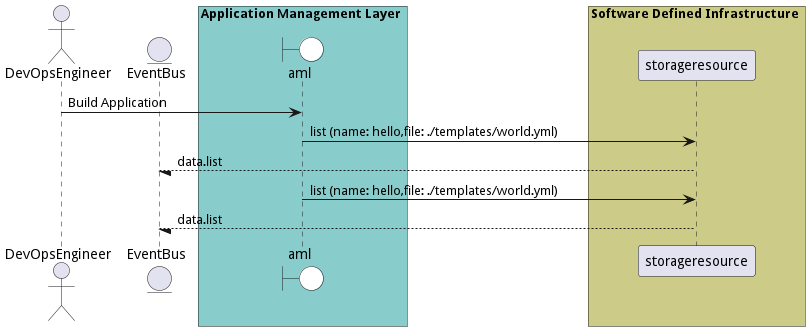
The PlantUML diagram docs/edgemere/aml/usecases/manageapplications/BuildApplication.png in madajaju/edgemere, before a commit.
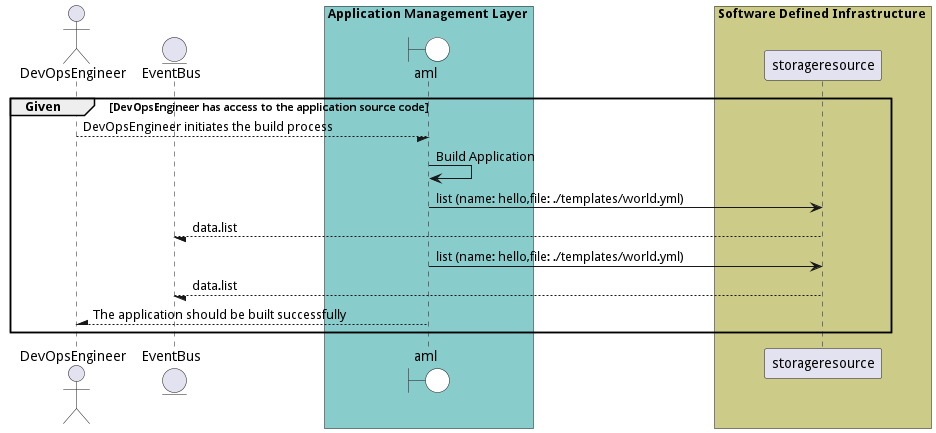
The same file after the commit.

Diff of the diagram source:
```diff
@@ -1,4 +1,5 @@
 @startuml
+
 
 actor "DevOpsEngineer"
 
@@ -14,8 +15,10 @@
             participant storageresource
     end box
 
+group Given [DevOpsEngineer has access to the application source code]
 
-"DevOpsEngineer" -> aml: Build Application
+"DevOpsEngineer" --/ aml: DevOpsEngineer initiates the build process
+"aml" -> aml: Build Application
 
     aml -> "storageresource": list (name: hello,file: ./templates/world.yml)
 
@@ -27,4 +30,9 @@
 
 
 
+"DevOpsEngineer" /-- aml: The application should be built successfully
+
+
+end
+
 @enduml
```
